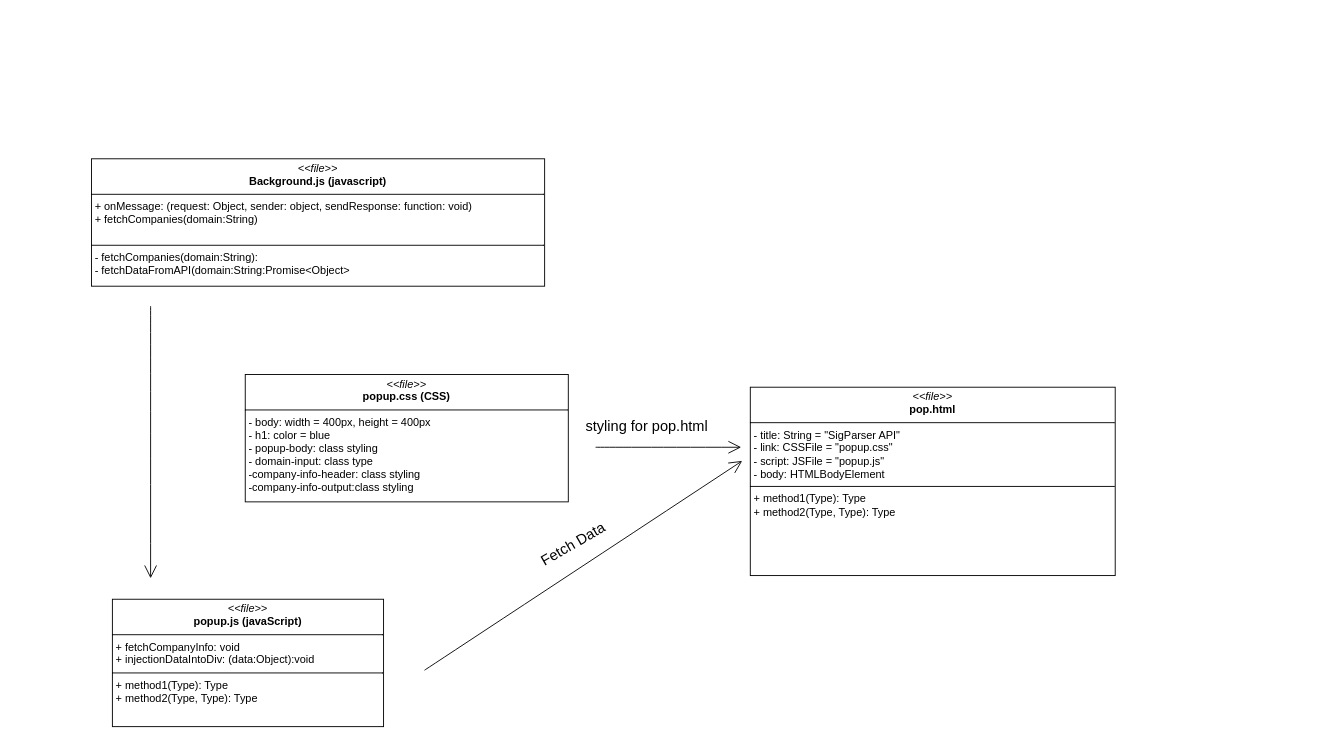
oimahawong/UX-UI keeps this draw.io diagram as capstone.drawio. Above is the earlier version. Source tidied: cells renumbered, new cells numbered last; positions are measured from the earlier drawing's top-left corner, leaving out a move shared by most shapes. Both pictures are drawn from the tidied source at 91%, with x=0, y=0 at pixel (91, 158).
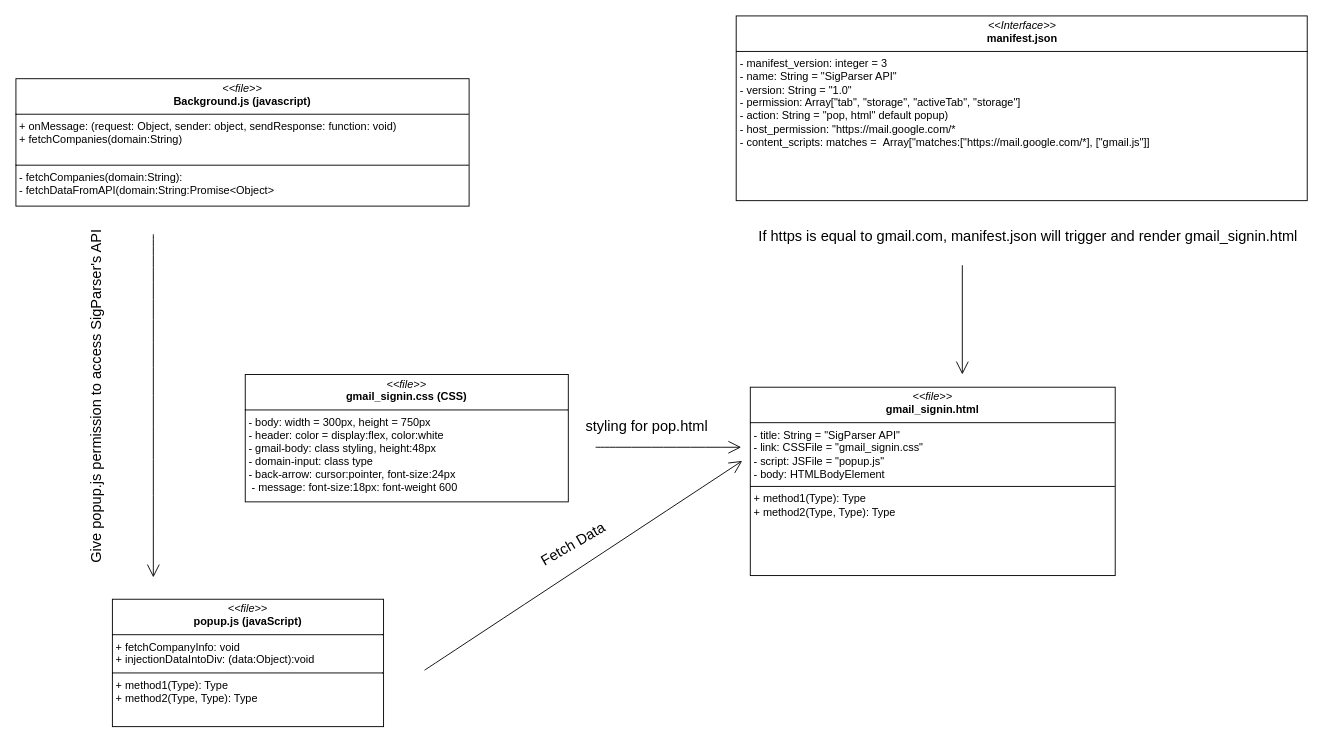
The same diagram, later.

Change to the diagram source:
```diff
@@
 <mxGraphModel>
   <root>
     <mxCell id="0" />
     <mxCell id="1" parent="0" />
     <mxCell id="2" value="&lt;p style=&quot;margin:0px;margin-top:4px;text-align:center;&quot;&gt;&lt;i&gt;&amp;lt;&amp;lt;file&amp;gt;&amp;gt;&lt;/i&gt;&lt;br&gt;&lt;b&gt;Background.js (javascript)&lt;/b&gt;&lt;br&gt;&lt;/p&gt;&lt;hr size=&quot;1&quot; style=&quot;border-style:solid;&quot;&gt;&lt;p style=&quot;margin:0px;margin-left:4px;&quot;&gt;+ onMessage: (request: Object, sender: object, sendResponse: function: void)&lt;br&gt;+ fetchCompanies(domain:String)&lt;/p&gt;&lt;p style=&quot;margin:0px;margin-left:4px;&quot;&gt;&lt;br&gt;&lt;/p&gt;&lt;hr size=&quot;1&quot; style=&quot;border-style:solid;&quot;&gt;&lt;p style=&quot;margin:0px;margin-left:4px;&quot;&gt;- fetchCompanies(domain:String):&amp;nbsp;&lt;br&gt;- fetchDataFromAPI(domain:String:Promise&amp;lt;Object&amp;gt;&lt;/p&gt;" style="verticalAlign=top;align=left;overflow=fill;html=1;whiteSpace=wrap;" parent="1" vertex="1">
-      <mxGeometry width="498" height="140" as="geometry" />
+      <mxGeometry x="-83" y="-88" width="498" height="140" as="geometry" />
     </mxCell>
-    <mxCell id="3" value="&lt;p style=&quot;margin:0px;margin-top:4px;text-align:center;&quot;&gt;&lt;i&gt;&amp;lt;&amp;lt;file&amp;gt;&amp;gt;&lt;/i&gt;&lt;br&gt;&lt;b&gt;popup.css (CSS)&lt;/b&gt;&lt;/p&gt;&lt;hr size=&quot;1&quot; style=&quot;border-style:solid;&quot;&gt;&lt;p style=&quot;margin:0px;margin-left:4px;&quot;&gt;- body: width = 400px, height = 400px&lt;br&gt;- h1: color = blue&amp;nbsp;&lt;/p&gt;&lt;p style=&quot;margin:0px;margin-left:4px;&quot;&gt;- popup-body: class styling&lt;/p&gt;&lt;p style=&quot;margin:0px;margin-left:4px;&quot;&gt;- domain-input: class type&lt;/p&gt;&lt;p style=&quot;margin:0px;margin-left:4px;&quot;&gt;-company-info-header: class styling&lt;/p&gt;&lt;p style=&quot;margin:0px;margin-left:4px;&quot;&gt;-company-info-output:class styling&lt;/p&gt;&lt;p style=&quot;margin:0px;margin-left:4px;&quot;&gt;&lt;br&gt;&lt;/p&gt;" style="verticalAlign=top;align=left;overflow=fill;html=1;whiteSpace=wrap;" parent="1" vertex="1">
+    <mxCell id="3" value="&lt;p style=&quot;margin:0px;margin-top:4px;text-align:center;&quot;&gt;&lt;i&gt;&amp;lt;&amp;lt;file&amp;gt;&amp;gt;&lt;/i&gt;&lt;br&gt;&lt;b&gt;gmail_signin.css (CSS)&lt;/b&gt;&lt;/p&gt;&lt;hr size=&quot;1&quot; style=&quot;border-style:solid;&quot;&gt;&lt;p style=&quot;margin:0px;margin-left:4px;&quot;&gt;- body: width = 300px, height = 750px&lt;br&gt;- header: color = display:flex, color:white&lt;/p&gt;&lt;p style=&quot;margin:0px;margin-left:4px;&quot;&gt;- gmail-body: class styling, height:48px&lt;/p&gt;&lt;p style=&quot;margin:0px;margin-left:4px;&quot;&gt;- domain-input: class type&lt;/p&gt;&lt;p style=&quot;margin:0px;margin-left:4px;&quot;&gt;- back-arrow: cursor:pointer, font-size:24px&lt;/p&gt;&lt;p style=&quot;margin:0px;margin-left:4px;&quot;&gt;&amp;nbsp;- message: font-size:18px: font-weight 600&lt;/p&gt;&lt;p style=&quot;margin:0px;margin-left:4px;&quot;&gt;&lt;br&gt;&lt;/p&gt;" style="verticalAlign=top;align=left;overflow=fill;html=1;whiteSpace=wrap;" parent="1" vertex="1">
       <mxGeometry x="169" y="237" width="355" height="140" as="geometry" />
     </mxCell>
     <mxCell id="4" style="endArrow=open;endFill=1;endSize=12;html=1;rounded=0;fontSize=12;curved=1;" parent="1" edge="1">
       <mxGeometry relative="1" as="geometry">
         <mxPoint x="554" y="317" as="sourcePoint" />
         <mxPoint x="714" y="317" as="targetPoint" />
       </mxGeometry>
     </mxCell>
     <mxCell id="5" value="styling for pop.html" style="text;html=1;align=center;verticalAlign=middle;whiteSpace=wrap;rounded=0;fontSize=16;" parent="1" vertex="1">
       <mxGeometry x="541" y="279" width="139" height="30" as="geometry" />
     </mxCell>
-    <mxCell id="6" value="&lt;p style=&quot;margin:0px;margin-top:4px;text-align:center;&quot;&gt;&lt;i&gt;&amp;lt;&amp;lt;file&amp;gt;&amp;gt;&lt;/i&gt;&lt;br&gt;&lt;b&gt;pop.html&lt;/b&gt;&lt;/p&gt;&lt;hr size=&quot;1&quot; style=&quot;border-style:solid;&quot;&gt;&lt;p style=&quot;margin:0px;margin-left:4px;&quot;&gt;- title: String = &quot;SigParser API&quot;&lt;br&gt;- link: CSSFile = &quot;popup.css&quot;&lt;/p&gt;&lt;p style=&quot;margin:0px;margin-left:4px;&quot;&gt;- script: JSFile = &quot;popup.js&quot;&lt;/p&gt;&lt;p style=&quot;margin:0px;margin-left:4px;&quot;&gt;- body: HTMLBodyElement&lt;/p&gt;&lt;hr size=&quot;1&quot; style=&quot;border-style:solid;&quot;&gt;&lt;p style=&quot;margin:0px;margin-left:4px;&quot;&gt;+ method1(Type): Type&lt;br&gt;+ method2(Type, Type): Type&lt;/p&gt;" style="verticalAlign=top;align=left;overflow=fill;html=1;whiteSpace=wrap;" parent="1" vertex="1">
+    <mxCell id="6" value="&lt;p style=&quot;margin:0px;margin-top:4px;text-align:center;&quot;&gt;&lt;i&gt;&amp;lt;&amp;lt;file&amp;gt;&amp;gt;&lt;/i&gt;&lt;br&gt;&lt;b&gt;gmail_signin.html&lt;/b&gt;&lt;/p&gt;&lt;hr size=&quot;1&quot; style=&quot;border-style:solid;&quot;&gt;&lt;p style=&quot;margin:0px;margin-left:4px;&quot;&gt;- title: String = &quot;SigParser API&quot;&lt;br&gt;- link: CSSFile = &quot;gmail_signin.css&quot;&lt;/p&gt;&lt;p style=&quot;margin:0px;margin-left:4px;&quot;&gt;- script: JSFile = &quot;popup.js&quot;&lt;/p&gt;&lt;p style=&quot;margin:0px;margin-left:4px;&quot;&gt;- body: HTMLBodyElement&lt;/p&gt;&lt;hr size=&quot;1&quot; style=&quot;border-style:solid;&quot;&gt;&lt;p style=&quot;margin:0px;margin-left:4px;&quot;&gt;+ method1(Type): Type&lt;br&gt;+ method2(Type, Type): Type&lt;/p&gt;" style="verticalAlign=top;align=left;overflow=fill;html=1;whiteSpace=wrap;" parent="1" vertex="1">
       <mxGeometry x="724" y="251" width="401" height="207" as="geometry" />
     </mxCell>
     <mxCell id="7" style="endArrow=open;endFill=1;endSize=12;html=1;rounded=0;fontSize=12;curved=1;" parent="1" edge="1">
       <mxGeometry relative="1" as="geometry">
         <mxPoint x="366" y="562" as="sourcePoint" />
         <mxPoint x="715.1" y="332" as="targetPoint" />
       </mxGeometry>
     </mxCell>
     <mxCell id="8" value="Fetch Data" style="text;html=1;align=center;verticalAlign=middle;whiteSpace=wrap;rounded=0;fontSize=16;rotation=-30;" parent="1" vertex="1">
       <mxGeometry x="475.1" y="409.3" width="109" height="28" as="geometry" />
     </mxCell>
     <mxCell id="9" value="&lt;p style=&quot;margin:0px;margin-top:4px;text-align:center;&quot;&gt;&lt;i&gt;&amp;lt;&amp;lt;file&amp;gt;&amp;gt;&lt;/i&gt;&lt;br&gt;&lt;b&gt;popup.js (javaScript)&lt;/b&gt;&lt;/p&gt;&lt;hr size=&quot;1&quot; style=&quot;border-style:solid;&quot;&gt;&lt;p style=&quot;margin:0px;margin-left:4px;&quot;&gt;+ fetchCompanyInfo: void&lt;br&gt;+ injectionDataIntoDiv: (data:Object):void&lt;/p&gt;&lt;hr size=&quot;1&quot; style=&quot;border-style:solid;&quot;&gt;&lt;p style=&quot;margin:0px;margin-left:4px;&quot;&gt;+ method1(Type): Type&lt;br&gt;+ method2(Type, Type): Type&lt;/p&gt;" style="verticalAlign=top;align=left;overflow=fill;html=1;whiteSpace=wrap;" parent="1" vertex="1">
       <mxGeometry x="23" y="484" width="298" height="140" as="geometry" />
     </mxCell>
     <mxCell id="10" style="endArrow=open;endFill=1;endSize=12;html=1;rounded=0;fontSize=12;curved=1;" parent="1" edge="1">
       <mxGeometry relative="1" as="geometry">
-        <mxPoint x="65" y="162" as="sourcePoint" />
-        <mxPoint x="65" y="461" as="targetPoint" />
+        <mxPoint x="68" y="83" as="sourcePoint" />
+        <mxPoint x="68" y="460" as="targetPoint" />
       </mxGeometry>
     </mxCell>
+    <mxCell id="11" value="&lt;p style=&quot;margin:0px;margin-top:4px;text-align:center;&quot;&gt;&lt;i&gt;&amp;lt;&amp;lt;Interface&amp;gt;&amp;gt;&lt;/i&gt;&lt;br&gt;&lt;b&gt;manifest.json&lt;/b&gt;&lt;/p&gt;&lt;hr size=&quot;1&quot; style=&quot;border-style:solid;&quot;&gt;&lt;p style=&quot;margin:0px;margin-left:4px;&quot;&gt;- manifest_version: integer = 3&lt;/p&gt;&lt;p style=&quot;margin:0px;margin-left:4px;&quot;&gt;- name: String = &quot;SigParser API&quot;&lt;br&gt;- version: String = &quot;1.0&quot;&lt;/p&gt;&lt;p style=&quot;margin:0px;margin-left:4px;&quot;&gt;- permission: Array[&quot;tab&quot;, &quot;storage&quot;, &quot;activeTab&quot;, &quot;storage&quot;]&lt;/p&gt;&lt;p style=&quot;margin:0px;margin-left:4px;&quot;&gt;- action: String = &quot;pop, html&quot; default popup)&lt;/p&gt;&lt;p style=&quot;margin:0px;margin-left:4px;&quot;&gt;- host_permission: &quot;https://mail.google.com/*&lt;/p&gt;&lt;p style=&quot;margin:0px;margin-left:4px;&quot;&gt;- content_scripts: matches = &amp;nbsp;Array[&quot;matches:[&quot;https://mail.google.com/*], [&quot;gmail.js&quot;]]&lt;/p&gt;&lt;p style=&quot;margin:0px;margin-left:4px;&quot;&gt;&lt;br&gt;&lt;/p&gt;" style="verticalAlign=top;align=left;overflow=fill;html=1;whiteSpace=wrap;" parent="1" vertex="1">
+      <mxGeometry x="708.5" y="-157" width="627.5" height="203" as="geometry" />
+    </mxCell>
+    <mxCell id="12" style="endArrow=open;endFill=1;endSize=12;html=1;rounded=0;" parent="1" edge="1">
+      <mxGeometry relative="1" as="geometry">
+        <mxPoint x="957" y="117" as="sourcePoint" />
+        <mxPoint x="957" y="237" as="targetPoint" />
+      </mxGeometry>
+    </mxCell>
+    <mxCell id="13" value="&lt;font style=&quot;font-size: 16px;&quot;&gt;If https is equal to gmail.com, manifest.json will trigger and render gmail_signin.html&lt;/font&gt;" style="text;html=1;align=center;verticalAlign=middle;strokeColor=none;fillColor=none;" parent="1" vertex="1">
+      <mxGeometry x="724" y="69" width="610" height="31" as="geometry" />
+    </mxCell>
+    <mxCell id="14" value="&lt;font style=&quot;font-size: 16px;&quot;&gt;Give popup.js permission to access SigParser's API&lt;/font&gt;" style="text;html=1;align=center;verticalAlign=middle;strokeColor=none;fillColor=none;rotation=-90;" parent="1" vertex="1">
+      <mxGeometry x="-189" y="246" width="386" height="31" as="geometry" />
+    </mxCell>
   </root>
 </mxGraphModel>
```
